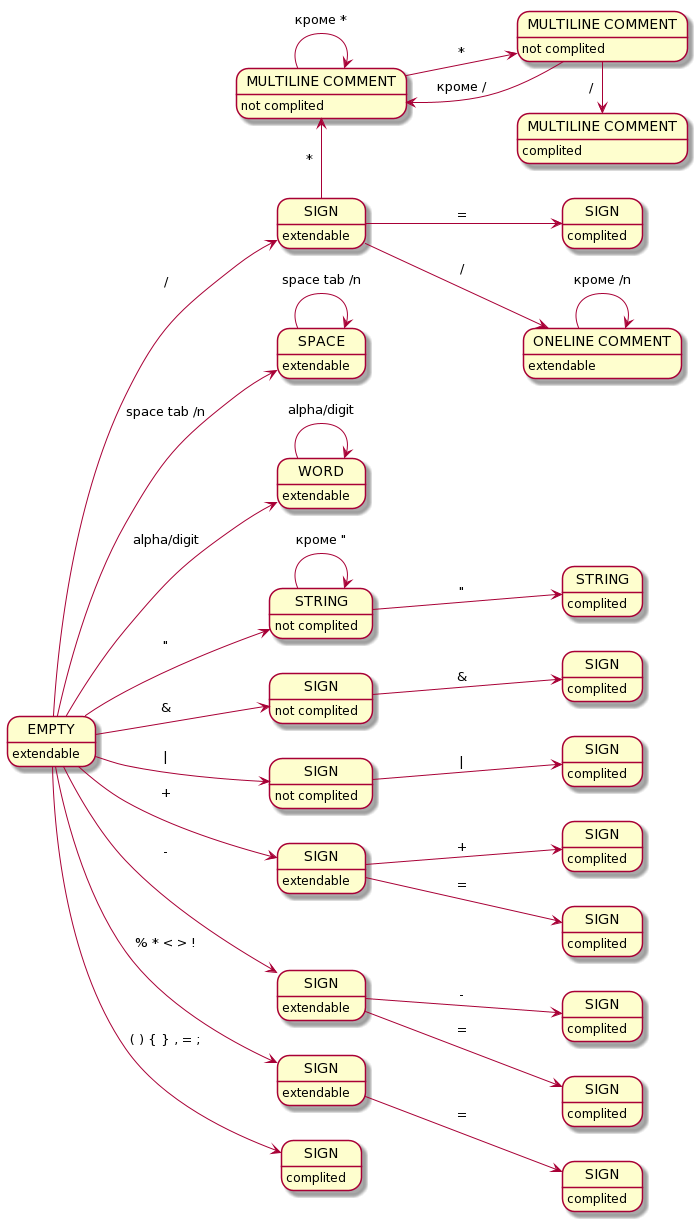
Before: img/lexeme/automat.png, a diagram exported from PlantUML (AndreyBezverkhniy/KVM).
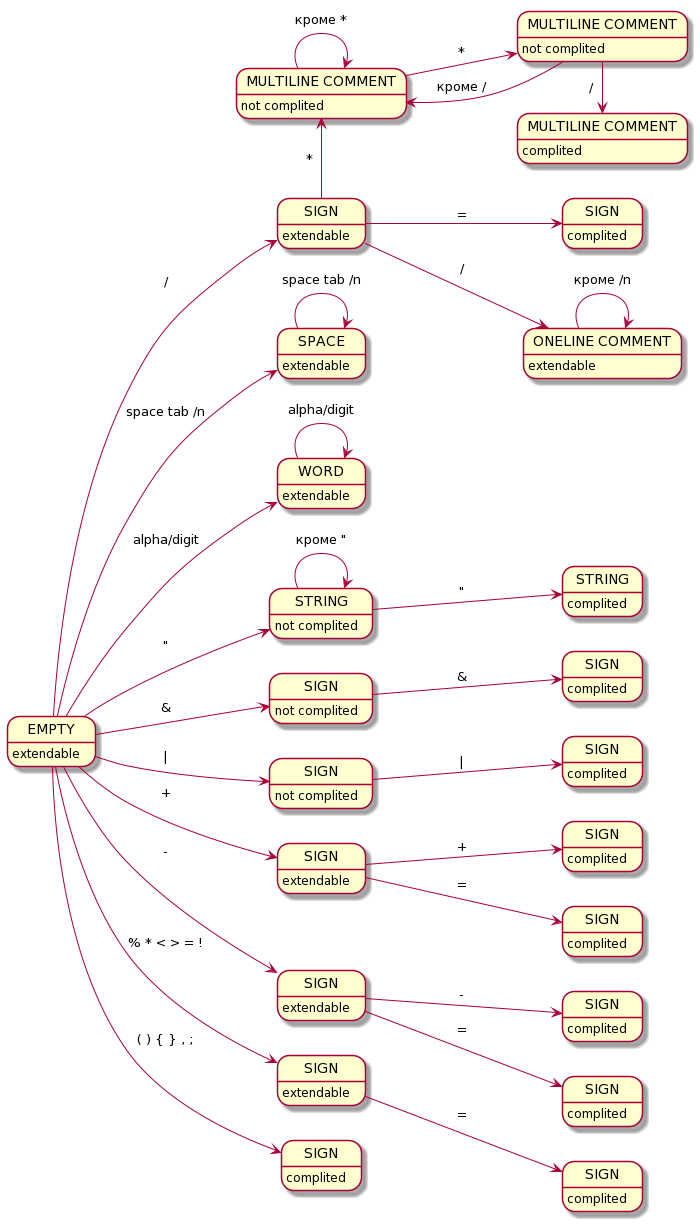
The same diagram one commit later.

The edit, as a diff of the source:
```diff
@@ -57,12 +57,12 @@
 LSIGN : extendable
 state "SIGN" as LSIGNEQUAL
 LSIGNEQUAL : complited
-EMPTY --> LSIGN : % * < > !
+EMPTY --> LSIGN : % * < > = !
 LSIGN --> LSIGNEQUAL : =
 
 state "SIGN" as JUSTSIGN
 JUSTSIGN : complited
-EMPTY --> JUSTSIGN : ( ) { } , = ;
+EMPTY --> JUSTSIGN : ( ) { } , ;
 
 state "SIGN" as SLASH
 SLASH : extendable
```
